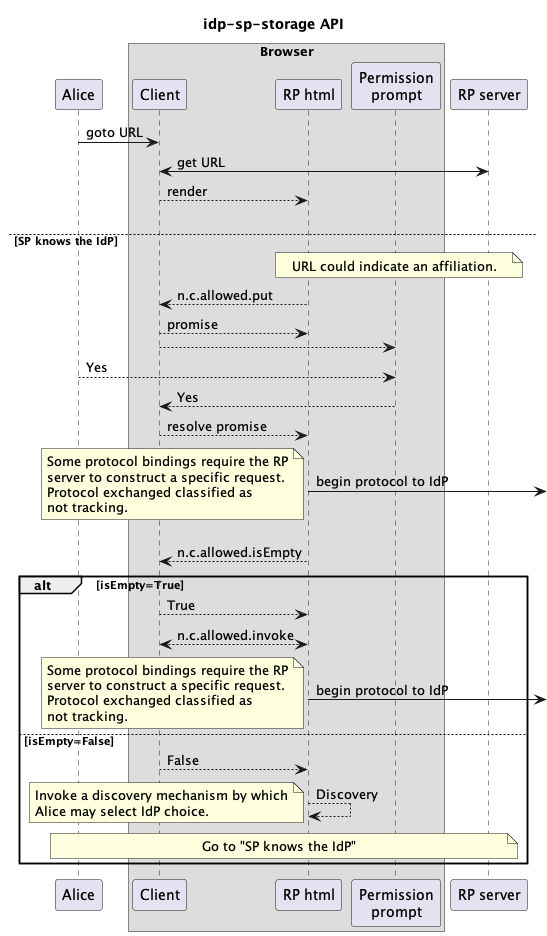
The PlantUML diagram documentation/idp-sp-storage.png in nckroy/ApacheDS-Docker, before a commit.
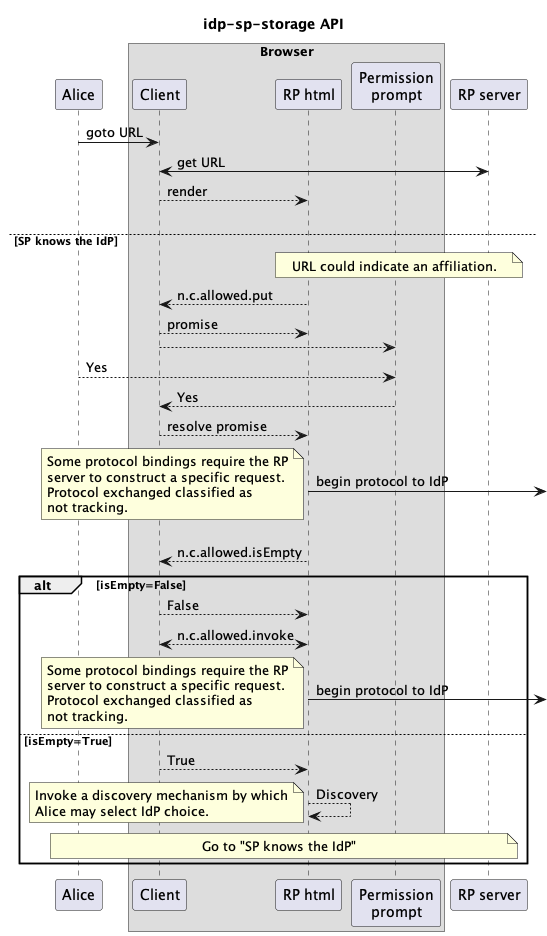
Later version of the same file.

Commit message:
Error fix: true/false on storage plantuml

What changed in the source:
```diff
@@ -36,8 +36,8 @@
         end note
     else SP does not know the IdP
         Window --> Browser: n.c.allowed.isEmpty
-        alt isEmpty=True
-            Browser --> Window: True
+        alt isEmpty=False
+            Browser --> Window: False
             Window <--> Browser: n.c.allowed.invoke
             Window ->] : begin protocol to IdP
             note left
@@ -46,8 +46,8 @@
             Protocol exchanged classified as
             not tracking.
         end note
-        else isEmpty=False
-            Browser --> Window: False
+        else isEmpty=True
+            Browser --> Window: True
             Window --> Window: Discovery
             note left
             Invoke a discovery mechanism by which
```
